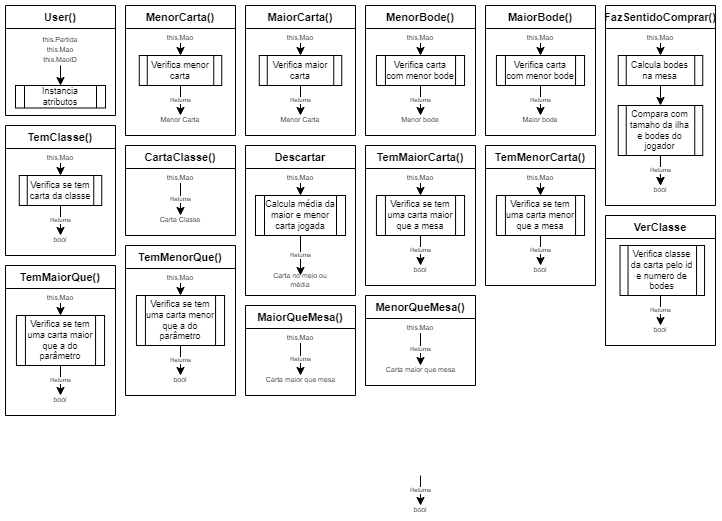
Before: Documentos/BodeOfWar-Funções - User.drawio.png, a diagram exported from draw.io (ViniPetra/BodeOfWar). Source tidied: cells renumbered, new cells last; positions are measured from the earlier drawing's top-left corner, leaving out a move shared by most shapes.
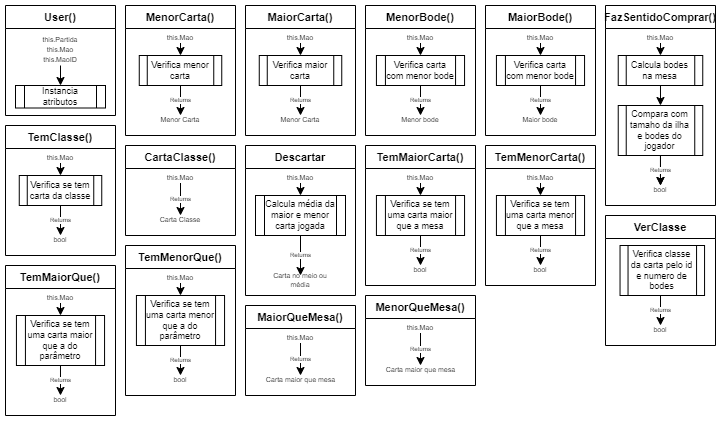
The same file after the commit.

Commit message:
Correção Funções User

Diff of the diagram source:
```diff
@@ -281,13 +281,5 @@
     <mxCell id="92" value="bool" style="text;html=1;strokeColor=none;fillColor=none;align=center;verticalAlign=middle;whiteSpace=wrap;rounded=0;fontSize=7;" parent="89" vertex="1">
       <mxGeometry x="25" y="110" width="60" height="10" as="geometry" />
     </mxCell>
-    <mxCell id="93" value="Returns" style="edgeStyle=orthogonalEdgeStyle;rounded=0;jettySize=auto;html=1;exitX=0.5;exitY=1;exitDx=0;exitDy=0;entryX=0.5;entryY=0;entryDx=0;entryDy=0;fontSize=6;" parent="1" edge="1" target="94">
-      <mxGeometry relative="1" as="geometry">
-        <mxPoint x="415" y="470" as="sourcePoint" />
-      </mxGeometry>
-    </mxCell>
-    <mxCell id="94" value="bool" style="text;html=1;strokeColor=none;fillColor=none;align=center;verticalAlign=middle;whiteSpace=wrap;rounded=0;fontSize=7;" parent="1" vertex="1">
-      <mxGeometry x="385" y="500" width="60" height="10" as="geometry" />
-    </mxCell>
   </root>
 </mxGraphModel>
```
